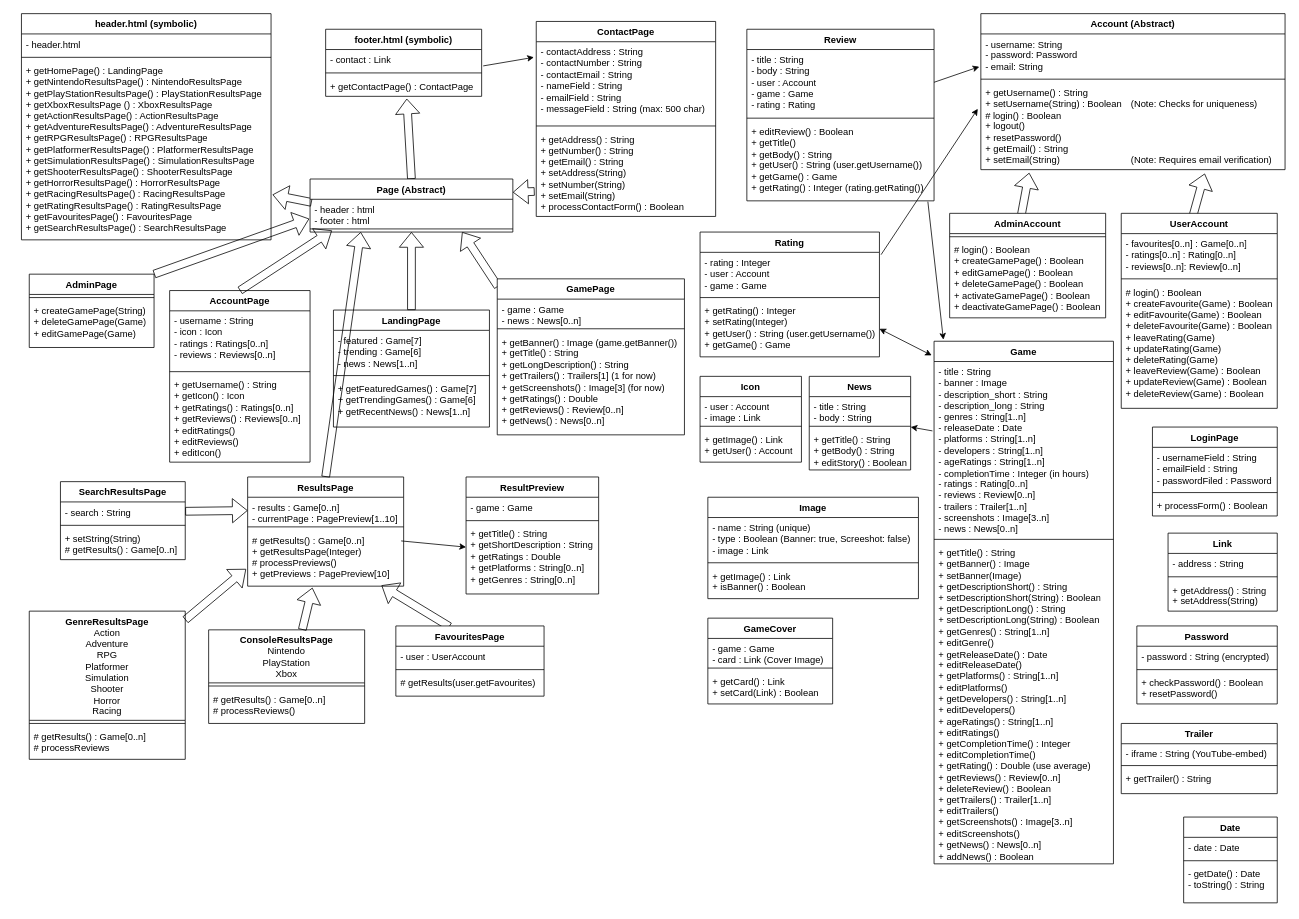
The draw.io diagram resources/UML/classes_uml.drawio in MridulSharmaOTU/OntimeSoftwareSolutions, before the edit. Source tidied: cells renumbered, new cells numbered last; positions are measured from the earlier drawing's top-left corner, leaving out a move shared by most shapes. Both pictures are drawn from the tidied source at 78%, with x=0, y=0 at pixel (21, 13).
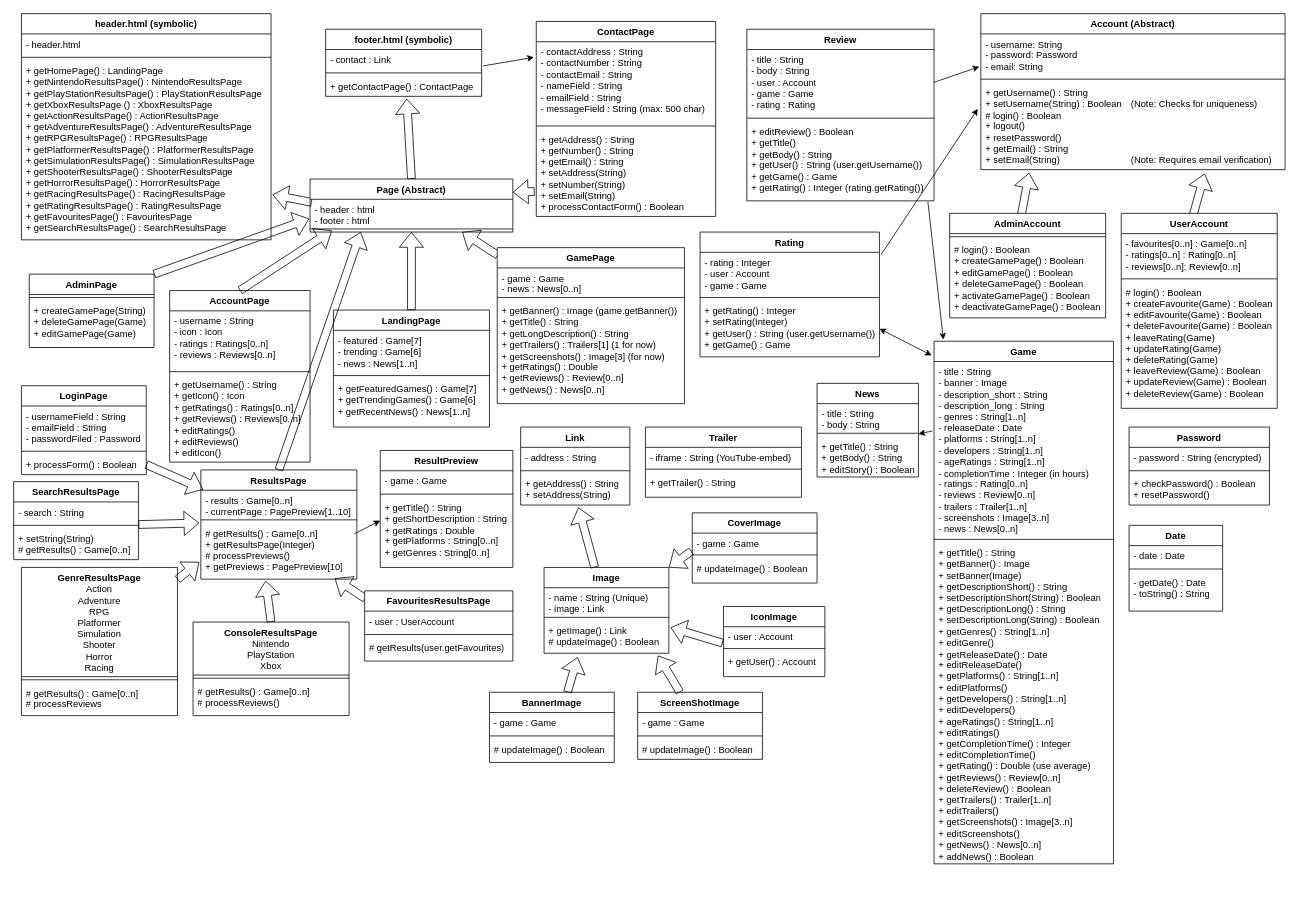
Above is the later version.

The change refers to these unchanged cells:
```xml
<mxCell id="60" value="- results : Game[0..n]&lt;div&gt;- currentPage : PagePreview[1..10]&lt;/div&gt;" style="text;strokeColor=none;fillColor=none;align=left;verticalAlign=top;spacingLeft=4;spacingRight=4;overflow=hidden;points=[[0,0.5],[1,0.5]];portConstraint=eastwest;whiteSpace=wrap;html=1;" parent="59" vertex="1">
  <mxGeometry y="26" width="200" height="34" as="geometry" />
</mxCell>
<mxCell id="62" value="&lt;div&gt;# getResults() : Game[0..n]&lt;/div&gt;+ getResultsPage(Integer)&amp;nbsp;&lt;div&gt;# processPreviews()&lt;/div&gt;&lt;div&gt;+ getPreviews : PagePreview[10]&lt;/div&gt;" style="text;strokeColor=none;fillColor=none;align=left;verticalAlign=top;spacingLeft=4;spacingRight=4;overflow=hidden;points=[[0,0.5],[1,0.5]];portConstraint=eastwest;whiteSpace=wrap;html=1;" parent="59" vertex="1">
  <mxGeometry y="68" width="200" height="72" as="geometry" />
</mxCell>
<mxCell id="66" value="+ processForm() : Boolean" style="text;strokeColor=none;fillColor=none;align=left;verticalAlign=top;spacingLeft=4;spacingRight=4;overflow=hidden;points=[[0,0.5],[1,0.5]];portConstraint=eastwest;whiteSpace=wrap;html=1;" parent="63" vertex="1">
  <mxGeometry y="88" width="160" height="26" as="geometry" />
</mxCell>
<mxCell id="84" value="+ getAddress() : String&lt;div&gt;+ setAddress(String)&lt;/div&gt;" style="text;strokeColor=none;fillColor=none;align=left;verticalAlign=top;spacingLeft=4;spacingRight=4;overflow=hidden;points=[[0,0.5],[1,0.5]];portConstraint=eastwest;whiteSpace=wrap;html=1;" parent="81" vertex="1">
  <mxGeometry y="60" width="140" height="40" as="geometry" />
</mxCell>
<mxCell id="119" value="- search : String" style="text;strokeColor=none;fillColor=none;align=left;verticalAlign=top;spacingLeft=4;spacingRight=4;overflow=hidden;points=[[0,0.5],[1,0.5]];portConstraint=eastwest;whiteSpace=wrap;html=1;" parent="118" vertex="1">
  <mxGeometry y="26" width="160" height="26" as="geometry" />
</mxCell>
```

Diff of the diagram source:
```diff
@@
-    <mxCell id="2" style="shape=flexArrow;endArrow=classic;html=1;rounded=0;exitX=0.363;exitY=0.01;exitDx=0;exitDy=0;exitPerimeter=0;entryX=0.858;entryY=0.986;entryDx=0;entryDy=0;entryPerimeter=0;" parent="1" edge="1" source="89" target="62">
+    <mxCell id="2" style="shape=flexArrow;endArrow=classic;html=1;rounded=0;exitX=0.005;exitY=0.111;exitDx=0;exitDy=0;exitPerimeter=0;entryX=0.858;entryY=0.986;entryDx=0;entryDy=0;entryPerimeter=0;" parent="1" edge="1" source="89" target="62">
       <mxGeometry relative="1" as="geometry" />
     </mxCell>
@@
     <mxCell id="17" value="GamePage" style="swimlane;fontStyle=1;align=center;verticalAlign=top;horizontal=1;startSize=26;whiteSpace=wrap;html=1;" parent="1" vertex="1">
-      <mxGeometry x="610" y="340" width="240" height="200" as="geometry" />
+      <mxGeometry x="610" y="300" width="240" height="200" as="geometry" />
     </mxCell>
@@
     <mxCell id="33" value="Image" style="swimlane;fontStyle=1;align=center;verticalAlign=top;horizontal=1;startSize=26;whiteSpace=wrap;html=1;" parent="1" vertex="1">
-      <mxGeometry x="880" y="620" width="270" height="130" as="geometry" />
+      <mxGeometry x="670" y="710" width="160" height="110" as="geometry" />
     </mxCell>
-    <mxCell id="34" value="&lt;div&gt;- name : String (unique)&lt;/div&gt;&lt;div&gt;- type : Boolean (Banner: true, Screeshot: false)&lt;/div&gt;- image : Link&lt;div&gt;&lt;br&gt;&lt;/div&gt;" style="text;strokeColor=none;fillColor=none;align=left;verticalAlign=top;spacingLeft=4;spacingRight=4;overflow=hidden;whiteSpace=wrap;html=1;" parent="33" vertex="1">
-      <mxGeometry y="26" width="270" height="54" as="geometry" />
+    <mxCell id="34" value="&lt;div&gt;- name : String (Unique)&lt;/div&gt;&lt;div&gt;&lt;span style=&quot;background-color: transparent; color: light-dark(rgb(0, 0, 0), rgb(255, 255, 255));&quot;&gt;- image : Link&lt;/span&gt;&lt;/div&gt;" style="text;strokeColor=none;fillColor=none;align=left;verticalAlign=top;spacingLeft=4;spacingRight=4;overflow=hidden;whiteSpace=wrap;html=1;" parent="33" vertex="1">
+      <mxGeometry y="26" width="160" height="34" as="geometry" />
     </mxCell>
     <mxCell id="35" style="line;strokeWidth=1;fillColor=none;align=left;verticalAlign=middle;spacingTop=-1;spacingLeft=3;spacingRight=3;labelPosition=right;strokeColor=inherit;" parent="33" vertex="1">
-      <mxGeometry y="80" width="270" height="8" as="geometry" />
+      <mxGeometry y="60" width="160" height="8" as="geometry" />
     </mxCell>
-    <mxCell id="36" value="+ getImage() : Link&lt;div&gt;+ isBanner() : Boolean&lt;/div&gt;" style="text;strokeColor=none;fillColor=none;align=left;verticalAlign=top;spacingLeft=4;spacingRight=4;overflow=hidden;points=[[0,0.5],[1,0.5]];portConstraint=eastwest;whiteSpace=wrap;html=1;" parent="33" vertex="1">
-      <mxGeometry y="88" width="270" height="42" as="geometry" />
+    <mxCell id="36" value="+ getImage() : Link&lt;div&gt;# updateImage() : Boolean&lt;/div&gt;" style="text;strokeColor=none;fillColor=none;align=left;verticalAlign=top;spacingLeft=4;spacingRight=4;overflow=hidden;points=[[0,0.5],[1,0.5]];portConstraint=eastwest;whiteSpace=wrap;html=1;" parent="33" vertex="1">
+      <mxGeometry y="68" width="160" height="42" as="geometry" />
     </mxCell>
     <mxCell id="37" value="Trailer" style="swimlane;fontStyle=1;align=center;verticalAlign=top;horizontal=1;startSize=26;whiteSpace=wrap;html=1;" parent="1" vertex="1">
-      <mxGeometry x="1410" y="910" width="200" height="90" as="geometry" />
+      <mxGeometry x="800" y="530" width="200" height="90" as="geometry" />
     </mxCell>
@@
     <mxCell id="41" value="Date" style="swimlane;fontStyle=1;align=center;verticalAlign=top;horizontal=1;startSize=26;whiteSpace=wrap;html=1;" parent="1" vertex="1">
-      <mxGeometry x="1490" y="1030" width="120" height="110" as="geometry" />
+      <mxGeometry x="1420" y="656" width="120" height="110" as="geometry" />
     </mxCell>
@@
+    <mxCell id="56" value="AdminPage" style="swimlane;fontStyle=1;align=center;verticalAlign=top;horizontal=1;startSize=26;whiteSpace=wrap;html=1;" parent="1" vertex="1">
+      <mxGeometry x="10" y="334" width="160" height="94" as="geometry" />
+    </mxCell>
+    <mxCell id="57" style="line;strokeWidth=1;fillColor=none;align=left;verticalAlign=middle;spacingTop=-1;spacingLeft=3;spacingRight=3;labelPosition=right;strokeColor=inherit;" parent="56" vertex="1">
+      <mxGeometry y="26" width="160" height="8" as="geometry" />
+    </mxCell>
+    <mxCell id="58" value="+ createGamePage(String)&lt;div&gt;+ deleteGamePage(Game)&lt;/div&gt;&lt;div&gt;+ editGamePage(Game)&lt;/div&gt;" style="text;strokeColor=none;fillColor=none;align=left;verticalAlign=top;spacingLeft=4;spacingRight=4;overflow=hidden;whiteSpace=wrap;html=1;" parent="56" vertex="1">
+      <mxGeometry y="34" width="160" height="60" as="geometry" />
+    </mxCell>
@@
-    <mxCell id="56" value="AdminPage" style="swimlane;fontStyle=1;align=center;verticalAlign=top;horizontal=1;startSize=26;whiteSpace=wrap;html=1;" parent="1" vertex="1">
-      <mxGeometry x="10" y="334" width="160" height="94" as="geometry" />
-    </mxCell>
-    <mxCell id="57" style="line;strokeWidth=1;fillColor=none;align=left;verticalAlign=middle;spacingTop=-1;spacingLeft=3;spacingRight=3;labelPosition=right;strokeColor=inherit;" parent="56" vertex="1">
-      <mxGeometry y="26" width="160" height="8" as="geometry" />
-    </mxCell>
-    <mxCell id="58" value="+ createGamePage(String)&lt;div&gt;+ deleteGamePage(Game)&lt;/div&gt;&lt;div&gt;+ editGamePage(Game)&lt;/div&gt;" style="text;strokeColor=none;fillColor=none;align=left;verticalAlign=top;spacingLeft=4;spacingRight=4;overflow=hidden;whiteSpace=wrap;html=1;" parent="56" vertex="1">
-      <mxGeometry y="34" width="160" height="60" as="geometry" />
-    </mxCell>
     <mxCell id="59" value="ResultsPage" style="swimlane;fontStyle=1;align=center;verticalAlign=top;horizontal=1;startSize=26;whiteSpace=wrap;html=1;" parent="1" vertex="1">
-      <mxGeometry x="290" y="594" width="200" height="140" as="geometry" />
+      <mxGeometry x="230" y="585" width="200" height="140" as="geometry" />
     </mxCell>
@@
     <mxCell id="63" value="LoginPage" style="swimlane;fontStyle=1;align=center;verticalAlign=top;horizontal=1;startSize=26;whiteSpace=wrap;html=1;" parent="1" vertex="1">
-      <mxGeometry x="1450" y="530" width="160" height="114" as="geometry" />
+      <mxGeometry y="477" width="160" height="114" as="geometry" />
     </mxCell>
@@
     <mxCell id="67" value="ConsoleResultsPage&lt;div&gt;&lt;span style=&quot;font-weight: normal;&quot;&gt;Nintendo&lt;/span&gt;&lt;/div&gt;&lt;div&gt;&lt;span style=&quot;font-weight: normal;&quot;&gt;PlayStation&lt;/span&gt;&lt;/div&gt;&lt;div&gt;&lt;span style=&quot;font-weight: normal;&quot;&gt;Xbox&lt;/span&gt;&lt;/div&gt;" style="swimlane;fontStyle=1;align=center;verticalAlign=top;horizontal=1;startSize=68;whiteSpace=wrap;html=1;" parent="1" vertex="1">
-      <mxGeometry x="240" y="790" width="200" height="120" as="geometry" />
+      <mxGeometry x="220" y="780" width="200" height="120" as="geometry" />
     </mxCell>
@@
     <mxCell id="70" value="GenreResultsPage&lt;div&gt;&lt;span style=&quot;font-weight: normal;&quot;&gt;Action&lt;/span&gt;&lt;/div&gt;&lt;div&gt;&lt;span style=&quot;font-weight: normal;&quot;&gt;Adventure&lt;/span&gt;&lt;/div&gt;&lt;div&gt;&lt;span style=&quot;font-weight: normal;&quot;&gt;RPG&lt;/span&gt;&lt;/div&gt;&lt;div&gt;&lt;span style=&quot;font-weight: normal;&quot;&gt;Platformer&lt;/span&gt;&lt;/div&gt;&lt;div&gt;&lt;span style=&quot;font-weight: normal;&quot;&gt;Simulation&lt;/span&gt;&lt;/div&gt;&lt;div&gt;&lt;span style=&quot;font-weight: normal;&quot;&gt;Shooter&lt;/span&gt;&lt;/div&gt;&lt;div&gt;&lt;span style=&quot;font-weight: normal;&quot;&gt;Horror&lt;/span&gt;&lt;/div&gt;&lt;div&gt;&lt;span style=&quot;font-weight: normal;&quot;&gt;Racing&lt;/span&gt;&lt;/div&gt;" style="swimlane;fontStyle=1;align=center;verticalAlign=top;horizontal=1;startSize=140;whiteSpace=wrap;html=1;" parent="1" vertex="1">
-      <mxGeometry x="10" y="766" width="200" height="190" as="geometry" />
+      <mxGeometry y="710" width="200" height="190" as="geometry" />
     </mxCell>
@@
     <mxCell id="81" value="Link" style="swimlane;fontStyle=1;align=center;verticalAlign=top;horizontal=1;startSize=26;whiteSpace=wrap;html=1;" parent="1" vertex="1">
-      <mxGeometry x="1470" y="666" width="140" height="100" as="geometry" />
+      <mxGeometry x="640" y="530" width="140" height="100" as="geometry" />
     </mxCell>
@@
-    <mxCell id="89" value="FavouritesPage" style="swimlane;fontStyle=1;align=center;verticalAlign=top;horizontal=1;startSize=26;whiteSpace=wrap;html=1;" parent="1" vertex="1">
-      <mxGeometry x="480" y="785" width="190" height="90" as="geometry" />
+    <mxCell id="89" value="FavouritesResultsPage" style="swimlane;fontStyle=1;align=center;verticalAlign=top;horizontal=1;startSize=26;whiteSpace=wrap;html=1;" parent="1" vertex="1">
+      <mxGeometry x="440" y="740" width="190" height="90" as="geometry" />
     </mxCell>
@@
     <mxCell id="101" value="News" style="swimlane;fontStyle=1;align=center;verticalAlign=top;horizontal=1;startSize=26;whiteSpace=wrap;html=1;" parent="1" vertex="1">
-      <mxGeometry x="1010" y="465" width="130" height="120" as="geometry" />
+      <mxGeometry x="1020" y="474" width="130" height="120" as="geometry" />
     </mxCell>
@@
-    <mxCell id="110" value="Icon" style="swimlane;fontStyle=1;align=center;verticalAlign=top;horizontal=1;startSize=26;whiteSpace=wrap;html=1;" parent="1" vertex="1">
-      <mxGeometry x="870" y="465" width="130" height="110" as="geometry" />
+    <mxCell id="110" value="IconImage" style="swimlane;fontStyle=1;align=center;verticalAlign=top;horizontal=1;startSize=26;whiteSpace=wrap;html=1;" parent="1" vertex="1">
+      <mxGeometry x="900" y="760" width="130" height="90" as="geometry" />
     </mxCell>
-    <mxCell id="111" value="&lt;div&gt;- user : Account&lt;/div&gt;&lt;div&gt;&lt;span style=&quot;background-color: transparent; color: light-dark(rgb(0, 0, 0), rgb(255, 255, 255));&quot;&gt;- image : Link&lt;/span&gt;&lt;/div&gt;" style="text;strokeColor=none;fillColor=none;align=left;verticalAlign=top;spacingLeft=4;spacingRight=4;overflow=hidden;points=[[0,0.5],[1,0.5]];portConstraint=eastwest;whiteSpace=wrap;html=1;" parent="110" vertex="1">
-      <mxGeometry y="26" width="130" height="34" as="geometry" />
+    <mxCell id="111" value="&lt;div&gt;- user : Account&lt;/div&gt;&lt;div&gt;&lt;br&gt;&lt;/div&gt;" style="text;strokeColor=none;fillColor=none;align=left;verticalAlign=top;spacingLeft=4;spacingRight=4;overflow=hidden;points=[[0,0.5],[1,0.5]];portConstraint=eastwest;whiteSpace=wrap;html=1;" parent="110" vertex="1">
+      <mxGeometry y="26" width="130" height="24" as="geometry" />
     </mxCell>
     <mxCell id="112" style="line;strokeWidth=1;fillColor=none;align=left;verticalAlign=middle;spacingTop=-1;spacingLeft=3;spacingRight=3;labelPosition=right;strokeColor=inherit;" parent="110" vertex="1">
-      <mxGeometry y="60" width="130" height="8" as="geometry" />
+      <mxGeometry y="50" width="130" height="8" as="geometry" />
     </mxCell>
-    <mxCell id="113" value="+ getImage() : Link&lt;div&gt;+ getUser() : Account&lt;/div&gt;" style="text;strokeColor=none;fillColor=none;align=left;verticalAlign=top;spacingLeft=4;spacingRight=4;overflow=hidden;whiteSpace=wrap;html=1;" parent="110" vertex="1">
-      <mxGeometry y="68" width="130" height="42" as="geometry" />
+    <mxCell id="113" value="&lt;div&gt;+ getUser() : Account&lt;/div&gt;" style="text;strokeColor=none;fillColor=none;align=left;verticalAlign=top;spacingLeft=4;spacingRight=4;overflow=hidden;whiteSpace=wrap;html=1;" parent="110" vertex="1">
+      <mxGeometry y="58" width="130" height="32" as="geometry" />
     </mxCell>
     <mxCell id="114" value="Password" style="swimlane;fontStyle=1;align=center;verticalAlign=top;horizontal=1;startSize=26;whiteSpace=wrap;html=1;" parent="1" vertex="1">
-      <mxGeometry x="1430" y="785" width="180" height="100" as="geometry" />
+      <mxGeometry x="1420" y="530" width="180" height="100" as="geometry" />
     </mxCell>
@@
     <mxCell id="118" value="SearchResultsPage" style="swimlane;fontStyle=1;align=center;verticalAlign=top;horizontal=1;startSize=26;whiteSpace=wrap;html=1;" parent="1" vertex="1">
-      <mxGeometry x="50" y="600" width="160" height="100" as="geometry" />
+      <mxGeometry x="-10" y="600" width="160" height="100" as="geometry" />
     </mxCell>
@@
     <mxCell id="122" value="ResultPreview" style="swimlane;fontStyle=1;align=center;verticalAlign=top;horizontal=1;startSize=26;whiteSpace=wrap;html=1;" parent="1" vertex="1">
-      <mxGeometry x="570" y="594" width="170" height="150" as="geometry" />
+      <mxGeometry x="460" y="560" width="170" height="150" as="geometry" />
     </mxCell>
@@
-    <mxCell id="126" value="GameCover" style="swimlane;fontStyle=1;align=center;verticalAlign=top;horizontal=1;startSize=26;whiteSpace=wrap;html=1;" parent="1" vertex="1">
-      <mxGeometry x="880" y="775" width="160" height="110" as="geometry" />
+    <mxCell id="126" value="CoverImage" style="swimlane;fontStyle=1;align=center;verticalAlign=top;horizontal=1;startSize=26;whiteSpace=wrap;html=1;" parent="1" vertex="1">
+      <mxGeometry x="860" y="640" width="160" height="90" as="geometry" />
     </mxCell>
-    <mxCell id="127" value="- game : Game&lt;div&gt;- card : Link (Cover Image)&lt;/div&gt;" style="text;strokeColor=none;fillColor=none;align=left;verticalAlign=top;spacingLeft=4;spacingRight=4;overflow=hidden;points=[[0,0.5],[1,0.5]];portConstraint=eastwest;whiteSpace=wrap;html=1;" parent="126" vertex="1">
-      <mxGeometry y="26" width="160" height="34" as="geometry" />
+    <mxCell id="127" value="- game : Game" style="text;strokeColor=none;fillColor=none;align=left;verticalAlign=top;spacingLeft=4;spacingRight=4;overflow=hidden;points=[[0,0.5],[1,0.5]];portConstraint=eastwest;whiteSpace=wrap;html=1;" parent="126" vertex="1">
+      <mxGeometry y="26" width="160" height="24" as="geometry" />
     </mxCell>
     <mxCell id="128" style="line;strokeWidth=1;fillColor=none;align=left;verticalAlign=middle;spacingTop=-1;spacingLeft=3;spacingRight=3;labelPosition=right;strokeColor=inherit;" parent="126" vertex="1">
-      <mxGeometry y="60" width="160" height="8" as="geometry" />
+      <mxGeometry y="50" width="160" height="8" as="geometry" />
     </mxCell>
-    <mxCell id="129" value="+ getCard() : Link&lt;div&gt;+ setCard(Link) : Boolean&lt;/div&gt;" style="text;strokeColor=none;fillColor=none;align=left;verticalAlign=top;spacingLeft=4;spacingRight=4;overflow=hidden;points=[[0,0.5],[1,0.5]];portConstraint=eastwest;whiteSpace=wrap;html=1;" parent="126" vertex="1">
-      <mxGeometry y="68" width="160" height="42" as="geometry" />
+    <mxCell id="129" value="&lt;div&gt;# updateImage() : Boolean&lt;/div&gt;" style="text;strokeColor=none;fillColor=none;align=left;verticalAlign=top;spacingLeft=4;spacingRight=4;overflow=hidden;points=[[0,0.5],[1,0.5]];portConstraint=eastwest;whiteSpace=wrap;html=1;" parent="126" vertex="1">
+      <mxGeometry y="58" width="160" height="32" as="geometry" />
     </mxCell>
+    <mxCell id="134" style="edgeStyle=orthogonalEdgeStyle;rounded=0;orthogonalLoop=1;jettySize=auto;html=1;exitX=1;exitY=0.5;exitDx=0;exitDy=0;" parent="126" edge="1" source="129" target="129">
+      <mxGeometry relative="1" as="geometry" />
+    </mxCell>
@@
-    <mxCell id="131" style="shape=flexArrow;endArrow=classic;html=1;rounded=0;entryX=0;entryY=0.5;entryDx=0;entryDy=0;" parent="1" edge="1" source="119" target="60">
+    <mxCell id="131" style="shape=flexArrow;endArrow=classic;html=1;rounded=0;entryX=-0.01;entryY=0;entryDx=0;entryDy=0;exitX=1;exitY=1.115;exitDx=0;exitDy=0;exitPerimeter=0;entryPerimeter=0;" parent="1" edge="1" source="119" target="62">
       <mxGeometry relative="1" as="geometry" />
     </mxCell>
@@
-    <mxCell id="133" style="shape=flexArrow;endArrow=classic;html=1;rounded=0;exitX=0.6;exitY=0;exitDx=0;exitDy=0;exitPerimeter=0;entryX=0.415;entryY=1.028;entryDx=0;entryDy=0;entryPerimeter=0;" parent="1" edge="1" source="67" target="62">
+    <mxCell id="133" style="shape=flexArrow;endArrow=classic;html=1;rounded=0;exitX=0.5;exitY=0;exitDx=0;exitDy=0;entryX=0.415;entryY=1.028;entryDx=0;entryDy=0;entryPerimeter=0;" parent="1" edge="1" source="67" target="62">
       <mxGeometry relative="1" as="geometry" />
     </mxCell>
+    <mxCell id="135" value="ScreenShotImage" style="swimlane;fontStyle=1;align=center;verticalAlign=top;horizontal=1;startSize=26;whiteSpace=wrap;html=1;" parent="1" vertex="1">
+      <mxGeometry x="790" y="870" width="160" height="86" as="geometry" />
+    </mxCell>
+    <mxCell id="136" value="- game : Game" style="text;strokeColor=none;fillColor=none;align=left;verticalAlign=top;spacingLeft=4;spacingRight=4;overflow=hidden;whiteSpace=wrap;html=1;" parent="135" vertex="1">
+      <mxGeometry y="26" width="160" height="26" as="geometry" />
+    </mxCell>
+    <mxCell id="137" style="line;strokeWidth=1;fillColor=none;align=left;verticalAlign=middle;spacingTop=-1;spacingLeft=3;spacingRight=3;labelPosition=right;strokeColor=inherit;" parent="135" vertex="1">
+      <mxGeometry y="52" width="160" height="8" as="geometry" />
+    </mxCell>
+    <mxCell id="138" value="# updateImage() : Boolean" style="text;strokeColor=none;fillColor=none;align=left;verticalAlign=top;spacingLeft=4;spacingRight=4;overflow=hidden;whiteSpace=wrap;html=1;" parent="135" vertex="1">
+      <mxGeometry y="60" width="160" height="26" as="geometry" />
+    </mxCell>
+    <mxCell id="139" style="shape=flexArrow;endArrow=classic;html=1;rounded=0;entryX=0.529;entryY=1.075;entryDx=0;entryDy=0;entryPerimeter=0;" parent="1" edge="1" source="33" target="84">
+      <mxGeometry relative="1" as="geometry" />
+    </mxCell>
+    <mxCell id="140" value="BannerImage" style="swimlane;fontStyle=1;align=center;verticalAlign=top;horizontal=1;startSize=26;whiteSpace=wrap;html=1;" parent="1" vertex="1">
+      <mxGeometry x="600" y="870" width="160" height="90" as="geometry" />
+    </mxCell>
+    <mxCell id="141" value="- game : Game" style="text;strokeColor=none;fillColor=none;align=left;verticalAlign=top;spacingLeft=4;spacingRight=4;overflow=hidden;whiteSpace=wrap;html=1;" parent="140" vertex="1">
+      <mxGeometry y="26" width="160" height="26" as="geometry" />
+    </mxCell>
+    <mxCell id="142" style="line;strokeWidth=1;fillColor=none;align=left;verticalAlign=middle;spacingTop=-1;spacingLeft=3;spacingRight=3;labelPosition=right;strokeColor=inherit;" parent="140" vertex="1">
+      <mxGeometry y="52" width="160" height="8" as="geometry" />
+    </mxCell>
+    <mxCell id="143" value="&lt;div&gt;# updateImage() : Boolean&lt;/div&gt;" style="text;strokeColor=none;fillColor=none;align=left;verticalAlign=top;spacingLeft=4;spacingRight=4;overflow=hidden;whiteSpace=wrap;html=1;" parent="140" vertex="1">
+      <mxGeometry y="60" width="160" height="30" as="geometry" />
+    </mxCell>
+    <mxCell id="144" style="shape=flexArrow;endArrow=classic;html=1;rounded=0;exitX=1;exitY=0.5;exitDx=0;exitDy=0;entryX=0.015;entryY=0.179;entryDx=0;entryDy=0;entryPerimeter=0;" parent="1" edge="1" source="66" target="59">
+      <mxGeometry relative="1" as="geometry" />
+    </mxCell>
+    <mxCell id="145" style="shape=flexArrow;endArrow=classic;html=1;rounded=0;exitX=-0.006;exitY=0.958;exitDx=0;exitDy=0;exitPerimeter=0;entryX=1;entryY=0;entryDx=0;entryDy=0;" parent="1" edge="1" source="127" target="33">
+      <mxGeometry relative="1" as="geometry" />
+    </mxCell>
+    <mxCell id="146" style="shape=flexArrow;endArrow=classic;html=1;rounded=0;exitX=-0.008;exitY=0.875;exitDx=0;exitDy=0;exitPerimeter=0;entryX=1.013;entryY=0.214;entryDx=0;entryDy=0;entryPerimeter=0;" parent="1" edge="1" source="111" target="36">
+      <mxGeometry relative="1" as="geometry" />
+    </mxCell>
+    <mxCell id="147" style="shape=flexArrow;endArrow=classic;html=1;rounded=0;entryX=0.913;entryY=1.071;entryDx=0;entryDy=0;entryPerimeter=0;" parent="1" edge="1" source="135" target="36">
+      <mxGeometry relative="1" as="geometry" />
+    </mxCell>
+    <mxCell id="148" style="shape=flexArrow;endArrow=classic;html=1;rounded=0;exitX=0.625;exitY=0;exitDx=0;exitDy=0;exitPerimeter=0;entryX=0.269;entryY=1.119;entryDx=0;entryDy=0;entryPerimeter=0;" parent="1" edge="1" source="140" target="36">
+      <mxGeometry relative="1" as="geometry" />
+    </mxCell>
```
